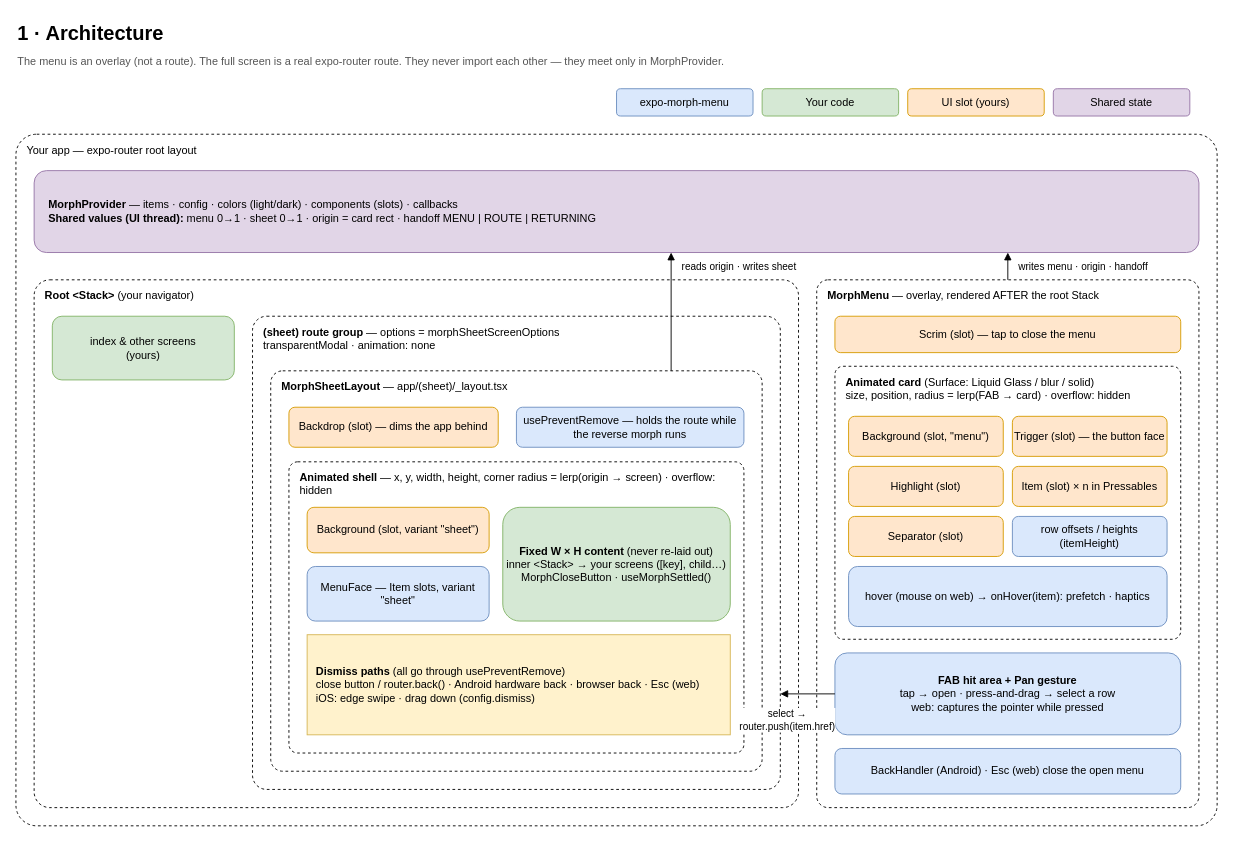
Before: page "1 · Architecture" (1 of 7) of docs/diagrams/expo-morph-menu.en.drawio in anhtuank7c/expo-morph-menu, a draw.io diagram. Source tidied: cells renumbered, new cells numbered last; positions are measured from the earlier drawing's top-left corner, leaving out a move shared by most shapes. Both pictures are drawn from the tidied source at 91%, with x=0, y=0 at pixel (15, 15).
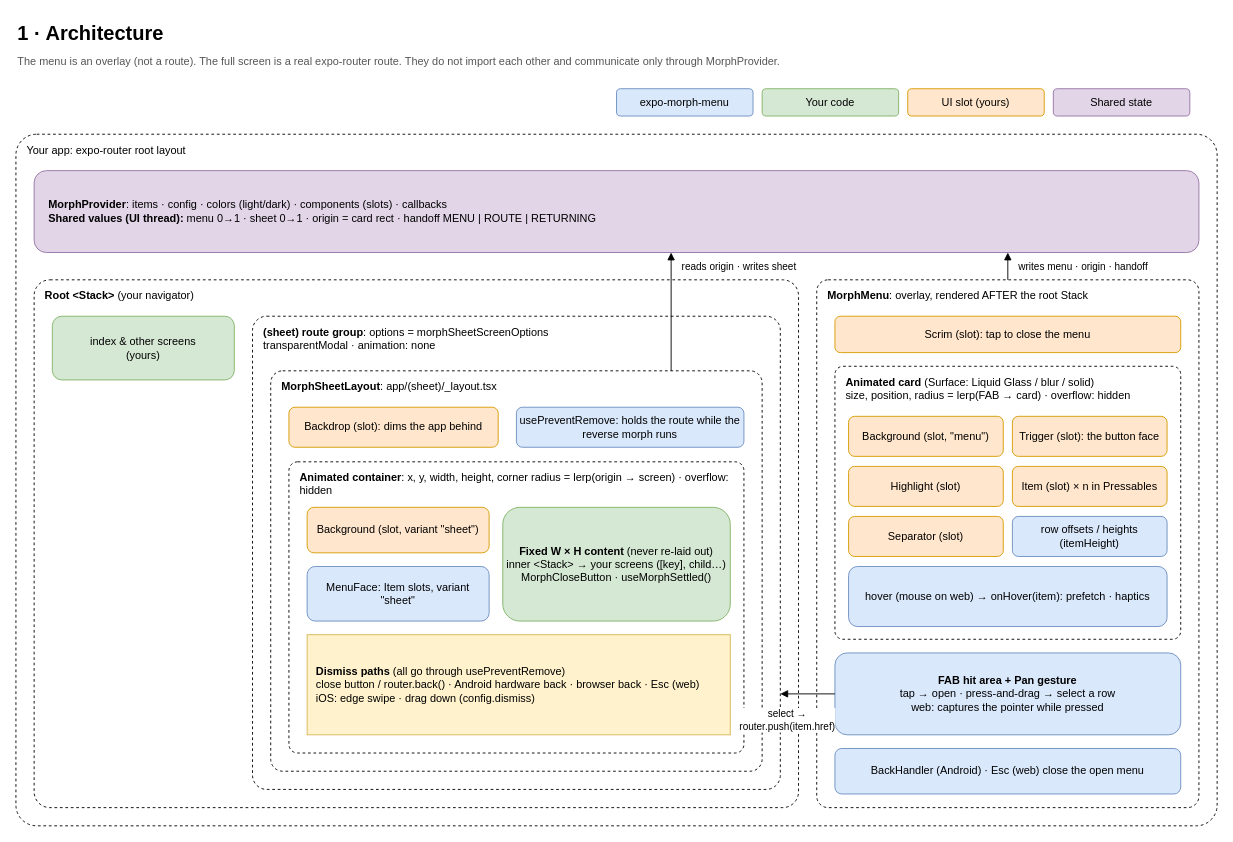
The same page after the edit.

The edit, as a diff of the source:
```diff
@@
-    <mxCell id="3" value="The menu is an overlay (not a route). The full screen is a real expo-router route. They never import each other — they meet only in MorphProvider." style="text;html=1;fontSize=12;fontColor=#555555;align=left;verticalAlign=top;whiteSpace=wrap;" parent="1" vertex="1">
+    <mxCell id="3" value="The menu is an overlay (not a route). The full screen is a real expo-router route. They do not import each other and communicate only through MorphProvider." style="text;html=1;fontSize=12;fontColor=#555555;align=left;verticalAlign=top;whiteSpace=wrap;" parent="1" vertex="1">
       <mxGeometry y="36" width="1000" height="40" as="geometry" />
     </mxCell>
@@
-    <mxCell id="8" value="Your app — expo-router root layout" style="rounded=1;whiteSpace=wrap;html=1;fillColor=none;dashed=1;verticalAlign=top;align=left;spacingLeft=10;spacingTop=4;arcSize=3;" parent="1" vertex="1">
+    <mxCell id="8" value="Your app: expo-router root layout" style="rounded=1;whiteSpace=wrap;html=1;fillColor=none;dashed=1;verticalAlign=top;align=left;spacingLeft=10;spacingTop=4;arcSize=3;" parent="1" vertex="1">
       <mxGeometry y="130" width="1320" height="760" as="geometry" />
     </mxCell>
-    <mxCell id="9" value="&lt;b&gt;MorphProvider&lt;/b&gt; — items · config · colors (light/dark) · components (slots) · callbacks&lt;br&gt;&lt;b&gt;Shared values (UI thread):&lt;/b&gt; menu 0→1 · sheet 0→1 · origin = card rect · handoff MENU | ROUTE | RETURNING" style="rounded=1;whiteSpace=wrap;html=1;fillColor=#e1d5e7;strokeColor=#9673a6;align=left;spacingLeft=14;" parent="1" vertex="1">
+    <mxCell id="9" value="&lt;b&gt;MorphProvider&lt;/b&gt;: items · config · colors (light/dark) · components (slots) · callbacks&lt;br&gt;&lt;b&gt;Shared values (UI thread):&lt;/b&gt; menu 0→1 · sheet 0→1 · origin = card rect · handoff MENU | ROUTE | RETURNING" style="rounded=1;whiteSpace=wrap;html=1;fillColor=#e1d5e7;strokeColor=#9673a6;align=left;spacingLeft=14;" parent="1" vertex="1">
       <mxGeometry x="20" y="170" width="1280" height="90" as="geometry" />
     </mxCell>
@@
-    <mxCell id="12" value="&lt;b&gt;(sheet) route group&lt;/b&gt; — options = morphSheetScreenOptions&lt;br&gt;transparentModal · animation: none" style="rounded=1;whiteSpace=wrap;html=1;fillColor=none;dashed=1;verticalAlign=top;align=left;spacingLeft=10;spacingTop=4;arcSize=3;" parent="1" vertex="1">
+    <mxCell id="12" value="&lt;b&gt;(sheet) route group&lt;/b&gt;: options = morphSheetScreenOptions&lt;br&gt;transparentModal · animation: none" style="rounded=1;whiteSpace=wrap;html=1;fillColor=none;dashed=1;verticalAlign=top;align=left;spacingLeft=10;spacingTop=4;arcSize=3;" parent="1" vertex="1">
       <mxGeometry x="260" y="330" width="580" height="520" as="geometry" />
     </mxCell>
-    <mxCell id="13" value="&lt;b&gt;MorphSheetLayout&lt;/b&gt; — app/(sheet)/_layout.tsx" style="rounded=1;whiteSpace=wrap;html=1;fillColor=none;dashed=1;verticalAlign=top;align=left;spacingLeft=10;spacingTop=4;arcSize=3;" parent="1" vertex="1">
+    <mxCell id="13" value="&lt;b&gt;MorphSheetLayout&lt;/b&gt;: app/(sheet)/_layout.tsx" style="rounded=1;whiteSpace=wrap;html=1;fillColor=none;dashed=1;verticalAlign=top;align=left;spacingLeft=10;spacingTop=4;arcSize=3;" parent="1" vertex="1">
       <mxGeometry x="280" y="390" width="540" height="440" as="geometry" />
     </mxCell>
-    <mxCell id="14" value="Backdrop (slot) — dims the app behind" style="rounded=1;whiteSpace=wrap;html=1;fillColor=#ffe6cc;strokeColor=#d79b00;" parent="1" vertex="1">
+    <mxCell id="14" value="Backdrop (slot): dims the app behind" style="rounded=1;whiteSpace=wrap;html=1;fillColor=#ffe6cc;strokeColor=#d79b00;" parent="1" vertex="1">
       <mxGeometry x="300" y="430" width="230" height="44" as="geometry" />
     </mxCell>
-    <mxCell id="15" value="usePreventRemove — holds the route while the reverse morph runs" style="rounded=1;whiteSpace=wrap;html=1;fillColor=#dae8fc;strokeColor=#6c8ebf;" parent="1" vertex="1">
+    <mxCell id="15" value="usePreventRemove: holds the route while the reverse morph runs" style="rounded=1;whiteSpace=wrap;html=1;fillColor=#dae8fc;strokeColor=#6c8ebf;" parent="1" vertex="1">
       <mxGeometry x="550" y="430" width="250" height="44" as="geometry" />
     </mxCell>
-    <mxCell id="16" value="&lt;b&gt;Animated shell&lt;/b&gt; — x, y, width, height, corner radius = lerp(origin → screen) · overflow: hidden" style="rounded=1;whiteSpace=wrap;html=1;fillColor=none;dashed=1;verticalAlign=top;align=left;spacingLeft=10;spacingTop=4;arcSize=3;" parent="1" vertex="1">
+    <mxCell id="16" value="&lt;b&gt;Animated container&lt;/b&gt;: x, y, width, height, corner radius = lerp(origin → screen) · overflow: hidden" style="rounded=1;whiteSpace=wrap;html=1;fillColor=none;dashed=1;verticalAlign=top;align=left;spacingLeft=10;spacingTop=4;arcSize=3;" parent="1" vertex="1">
       <mxGeometry x="300" y="490" width="500" height="320" as="geometry" />
     </mxCell>
@@
-    <mxCell id="18" value="MenuFace — Item slots, variant &quot;sheet&quot;" style="rounded=1;whiteSpace=wrap;html=1;fillColor=#dae8fc;strokeColor=#6c8ebf;" parent="1" vertex="1">
+    <mxCell id="18" value="MenuFace: Item slots, variant &quot;sheet&quot;" style="rounded=1;whiteSpace=wrap;html=1;fillColor=#dae8fc;strokeColor=#6c8ebf;" parent="1" vertex="1">
       <mxGeometry x="320" y="605" width="200" height="60" as="geometry" />
     </mxCell>
@@
-    <mxCell id="21" value="&lt;b&gt;MorphMenu&lt;/b&gt; — overlay, rendered AFTER the root Stack" style="rounded=1;whiteSpace=wrap;html=1;fillColor=none;dashed=1;verticalAlign=top;align=left;spacingLeft=10;spacingTop=4;arcSize=3;" parent="1" vertex="1">
+    <mxCell id="21" value="&lt;b&gt;MorphMenu&lt;/b&gt;: overlay, rendered AFTER the root Stack" style="rounded=1;whiteSpace=wrap;html=1;fillColor=none;dashed=1;verticalAlign=top;align=left;spacingLeft=10;spacingTop=4;arcSize=3;" parent="1" vertex="1">
       <mxGeometry x="880" y="290" width="420" height="580" as="geometry" />
     </mxCell>
-    <mxCell id="22" value="Scrim (slot) — tap to close the menu" style="rounded=1;whiteSpace=wrap;html=1;fillColor=#ffe6cc;strokeColor=#d79b00;" parent="1" vertex="1">
+    <mxCell id="22" value="Scrim (slot): tap to close the menu" style="rounded=1;whiteSpace=wrap;html=1;fillColor=#ffe6cc;strokeColor=#d79b00;" parent="1" vertex="1">
       <mxGeometry x="900" y="330" width="380" height="40" as="geometry" />
     </mxCell>
@@
-    <mxCell id="25" value="Trigger (slot) — the button face" style="rounded=1;whiteSpace=wrap;html=1;fillColor=#ffe6cc;strokeColor=#d79b00;" parent="1" vertex="1">
+    <mxCell id="25" value="Trigger (slot): the button face" style="rounded=1;whiteSpace=wrap;html=1;fillColor=#ffe6cc;strokeColor=#d79b00;" parent="1" vertex="1">
       <mxGeometry x="1095" y="440" width="170" height="44" as="geometry" />
     </mxCell>
```
